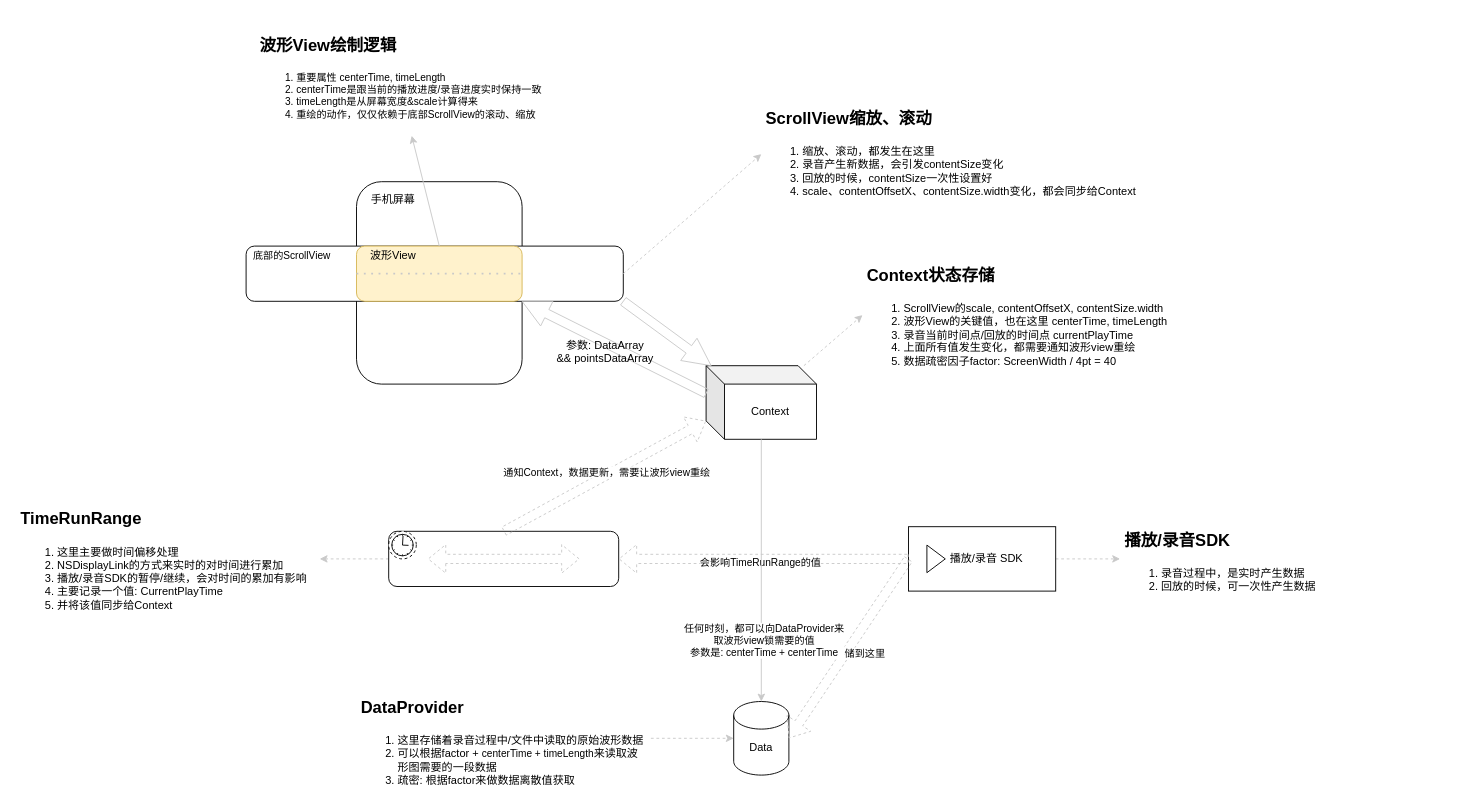
Earlier version of the draw.io diagram netease/录音工具.drawio (yuyinghao/diagrams). Source tidied: cells renumbered, new cells numbered last; positions are measured from the earlier drawing's top-left corner, leaving out a move shared by most shapes. Both pictures are drawn from the tidied source at 92%, with x=0, y=0 at pixel (16, 25).
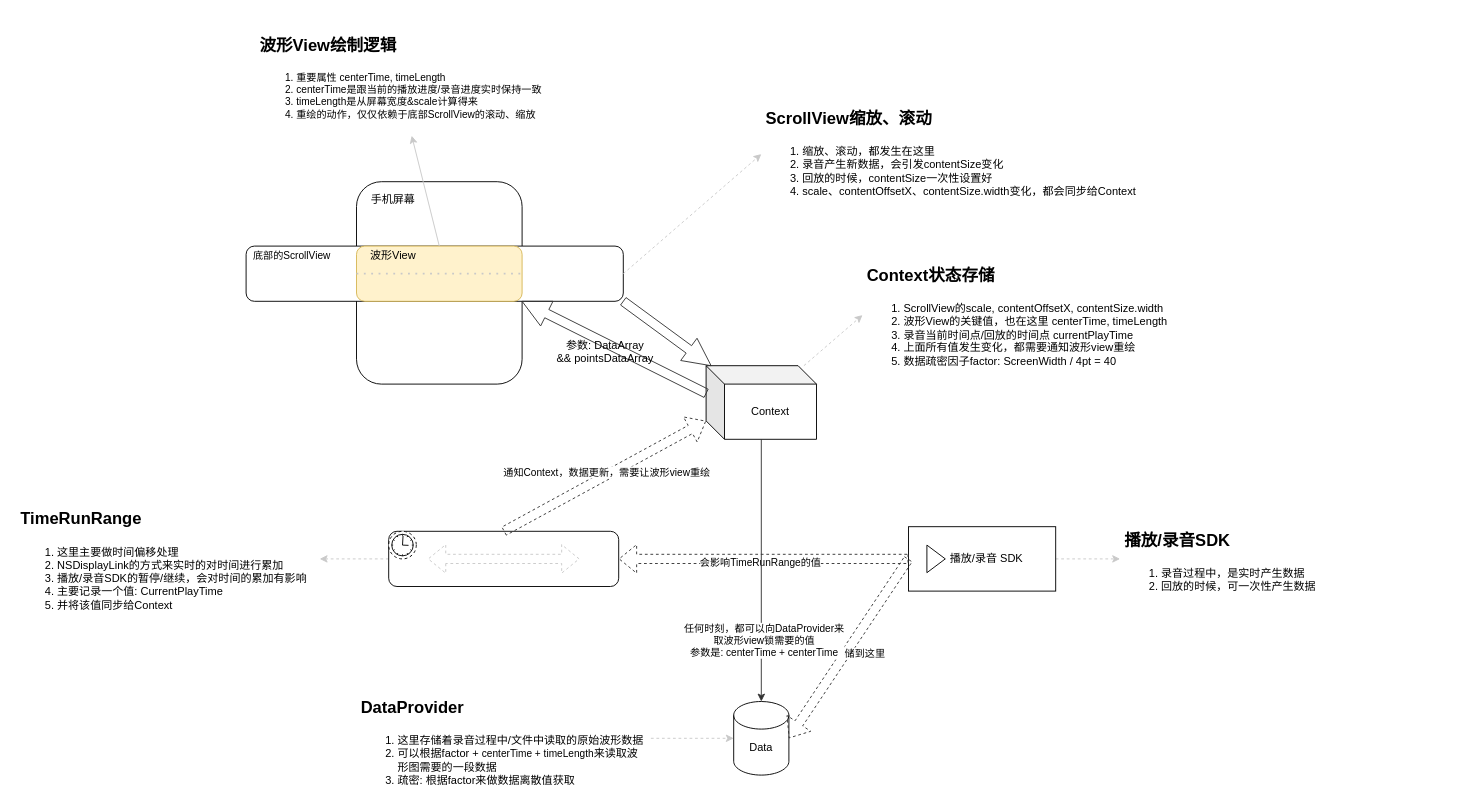
The same diagram, later.

The change refers to these unchanged cells:
```xml
<mxCell id="3" style="rounded=1;whiteSpace=wrap;html=1;" parent="1" vertex="1">
  <mxGeometry x="250" y="240" width="410" height="60" as="geometry" />
</mxCell>
<mxCell id="4" style="rounded=1;whiteSpace=wrap;html=1;fillColor=#fff2cc;strokeColor=#d6b656;" parent="1" vertex="1">
  <mxGeometry x="370" y="240" width="180" height="60" as="geometry" />
</mxCell>
<mxCell id="8" style="shape=cylinder3;whiteSpace=wrap;html=1;boundedLbl=1;backgroundOutline=1;size=15;gradientColor=none;" parent="1" vertex="1">
  <mxGeometry x="780" y="735" width="60" height="80" as="geometry" />
</mxCell>
<mxCell id="15" value="Context" style="shape=cube;whiteSpace=wrap;html=1;boundedLbl=1;backgroundOutline=1;darkOpacity=0.05;darkOpacity2=0.1;gradientColor=none;" parent="1" vertex="1">
  <mxGeometry x="750" y="370" width="120" height="80" as="geometry" />
</mxCell>
<mxCell id="18" value="&amp;nbsp; &amp;nbsp;播放/录音 SDK" style="html=1;whiteSpace=wrap;gradientColor=none;" parent="1" vertex="1">
  <mxGeometry x="970" y="545" width="160" height="70" as="geometry" />
</mxCell>
<mxCell id="29" style="rounded=1;whiteSpace=wrap;html=1;gradientColor=none;" parent="1" vertex="1">
  <mxGeometry x="405" y="550" width="250" height="60" as="geometry" />
</mxCell>
```

The edit, as a diff of the source:
```diff
@@
-    <mxCell id="21" style="shape=arrow;endArrow=classic;html=1;strokeColor=#C9C9C9;exitX=1;exitY=1;exitDx=0;exitDy=0;" parent="1" edge="1" source="3" target="15">
+    <mxCell id="21" style="shape=arrow;endArrow=classic;html=1;exitX=1;exitY=1;exitDx=0;exitDy=0;strokeColor=#333333;" parent="1" edge="1" source="3" target="15">
       <mxGeometry relative="1" as="geometry" />
     </mxCell>
-    <mxCell id="22" style="shape=arrow;endArrow=classic;html=1;strokeColor=#C9C9C9;entryX=1;entryY=1;entryDx=0;entryDy=0;exitX=0;exitY=0;exitDx=0;exitDy=30;exitPerimeter=0;" parent="1" edge="1" source="15" target="4">
+    <mxCell id="22" style="shape=arrow;endArrow=classic;html=1;entryX=1;entryY=1;entryDx=0;entryDy=0;exitX=0;exitY=0;exitDx=0;exitDy=30;exitPerimeter=0;strokeColor=#333333;" parent="1" edge="1" source="15" target="4">
       <mxGeometry relative="1" as="geometry" />
     </mxCell>
@@
-    <mxCell id="25" style="shape=flexArrow;endArrow=classic;html=1;dashed=1;strokeColor=#C9C9C9;exitX=0;exitY=0.5;exitDx=0;exitDy=0;entryX=1;entryY=0.5;entryDx=0;entryDy=0;entryPerimeter=0;" parent="1" edge="1" source="18" target="8">
+    <mxCell id="25" style="shape=flexArrow;endArrow=classic;html=1;dashed=1;exitX=0;exitY=0.5;exitDx=0;exitDy=0;entryX=1;entryY=0.5;entryDx=0;entryDy=0;entryPerimeter=0;strokeColor=#333333;" parent="1" edge="1" source="18" target="8">
       <mxGeometry relative="1" as="geometry" />
     </mxCell>
@@
-    <mxCell id="33" style="shape=flexArrow;endArrow=classic;html=1;dashed=1;strokeColor=#C9C9C9;exitX=0;exitY=0.5;exitDx=0;exitDy=0;entryX=1;entryY=0.5;entryDx=0;entryDy=0;" parent="1" edge="1" source="18" target="29">
+    <mxCell id="33" style="shape=flexArrow;endArrow=classic;html=1;dashed=1;exitX=0;exitY=0.5;exitDx=0;exitDy=0;entryX=1;entryY=0.5;entryDx=0;entryDy=0;strokeColor=#333333;" parent="1" edge="1" source="18" target="29">
       <mxGeometry relative="1" as="geometry" />
     </mxCell>
@@
-    <mxCell id="35" style="shape=flexArrow;endArrow=classic;html=1;dashed=1;strokeColor=#C9C9C9;exitX=0.5;exitY=0;exitDx=0;exitDy=0;entryX=0;entryY=0;entryDx=0;entryDy=60;entryPerimeter=0;" parent="1" edge="1" source="29" target="15">
+    <mxCell id="35" style="shape=flexArrow;endArrow=classic;html=1;dashed=1;exitX=0.5;exitY=0;exitDx=0;exitDy=0;entryX=0;entryY=0;entryDx=0;entryDy=60;entryPerimeter=0;strokeColor=#333333;" parent="1" edge="1" source="29" target="15">
       <mxGeometry relative="1" as="geometry" />
     </mxCell>
@@
-    <mxCell id="37" style="endArrow=classic;html=1;strokeColor=#C9C9C9;" parent="1" edge="1" source="15" target="8">
+    <mxCell id="37" style="endArrow=classic;html=1;strokeColor=#333333;" parent="1" edge="1" source="15" target="8">
       <mxGeometry relative="1" as="geometry" />
     </mxCell>
```
